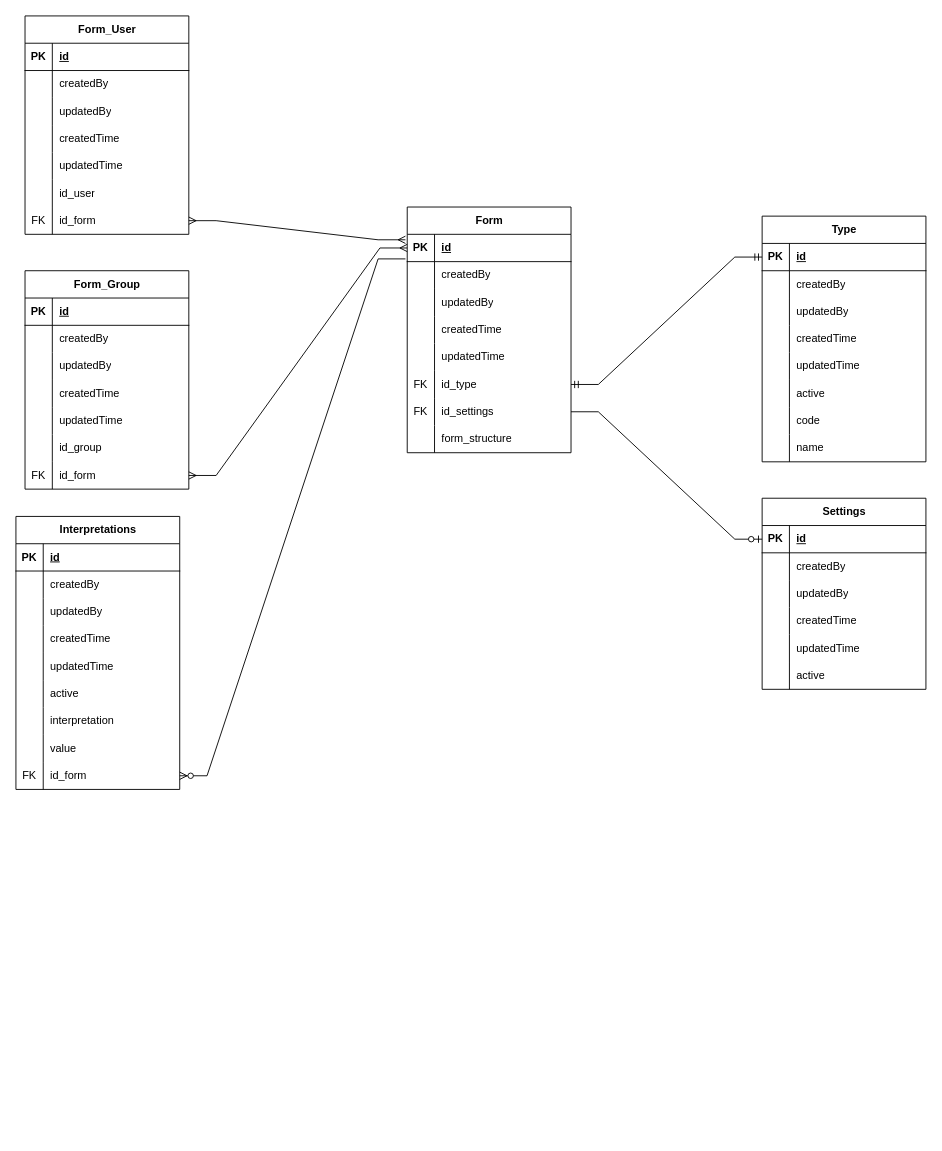
The draw.io diagram Forms.drawio in c1c4/Forms, before the edit. Source tidied: cells renumbered, new cells numbered last; positions are measured from the earlier drawing's top-left corner, leaving out a move shared by most shapes. Both pictures are drawn from the tidied source at 91%, with x=0, y=0 at pixel (15, -360).
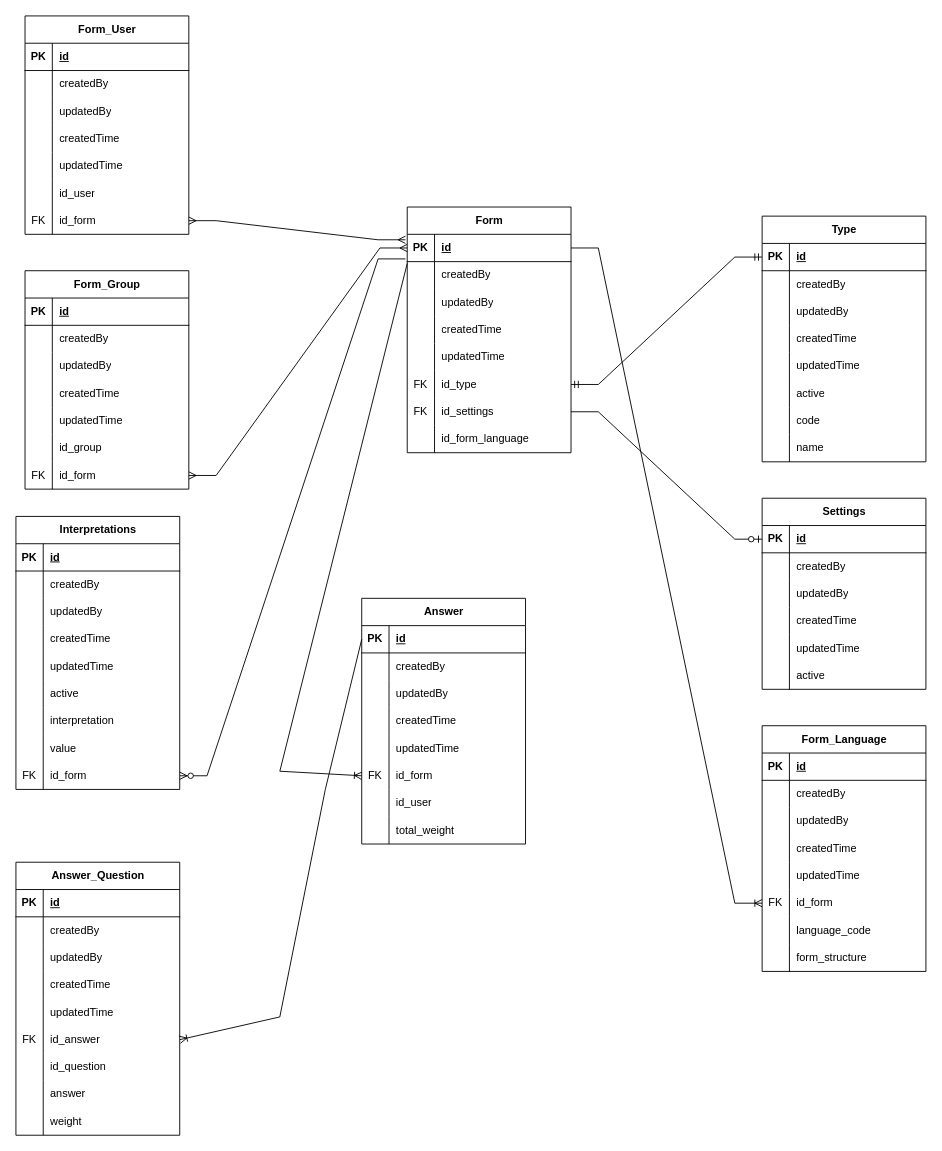
The same diagram, later.

The change refers to these unchanged cells:
```xml
<mxCell id="3" style="shape=tableRow;horizontal=0;startSize=0;swimlaneHead=0;swimlaneBody=0;fillColor=none;points=[[0,0.5],[1,0.5]];portConstraint=eastwest;top=0;left=0;right=0;bottom=1;" parent="2" vertex="1">
  <mxGeometry y="30" width="180" height="30" as="geometry" />
</mxCell>
<mxCell id="24" style="shape=tableRow;horizontal=0;startSize=0;swimlaneHead=0;swimlaneBody=0;fillColor=none;top=0;left=0;right=0;bottom=0;" parent="2" vertex="1">
  <mxGeometry y="240" width="180" height="30" as="geometry" />
</mxCell>
```

Diff of the diagram source:
```diff
@@
-    <mxCell id="26" value="form_structure" style="shape=partialRectangle;fillColor=none;top=0;left=0;bottom=0;right=0;align=left;spacingLeft=6;overflow=hidden;whiteSpace=wrap;html=1;" parent="24" vertex="1">
+    <mxCell id="26" value="id_form_language" style="shape=partialRectangle;fillColor=none;top=0;left=0;bottom=0;right=0;align=left;spacingLeft=6;overflow=hidden;whiteSpace=wrap;html=1;" parent="24" vertex="1">
       <mxGeometry x="30" width="150" height="30" as="geometry" />
     </mxCell>
@@
+    <mxCell id="148" value="Answer" style="shape=table;startSize=30;childLayout=tableLayout;rowLines=0;fontStyle=1;align=center;html=1;" parent="1" vertex="1">
+      <mxGeometry x="380" y="1053" width="180" height="270" as="geometry" />
+    </mxCell>
+    <mxCell id="149" style="shape=tableRow;horizontal=0;startSize=0;swimlaneHead=0;swimlaneBody=0;fillColor=none;points=[[0,0.5],[1,0.5]];portConstraint=eastwest;top=0;left=0;right=0;bottom=1;" parent="148" vertex="1">
+      <mxGeometry y="30" width="180" height="30" as="geometry" />
+    </mxCell>
+    <mxCell id="150" value="PK" style="shape=partialRectangle;fillColor=none;top=0;left=0;bottom=0;right=0;fontStyle=1;overflow=hidden;whiteSpace=wrap;html=1;" parent="149" vertex="1">
+      <mxGeometry width="30" height="30" as="geometry" />
+    </mxCell>
+    <mxCell id="151" value="id" style="shape=partialRectangle;fillColor=none;top=0;left=0;bottom=0;right=0;align=left;spacingLeft=6;fontStyle=5;overflow=hidden;whiteSpace=wrap;html=1;" parent="149" vertex="1">
+      <mxGeometry x="30" width="150" height="30" as="geometry" />
+    </mxCell>
+    <mxCell id="152" style="shape=tableRow;horizontal=0;startSize=0;swimlaneHead=0;swimlaneBody=0;fillColor=none;top=0;left=0;right=0;bottom=0;" parent="148" vertex="1">
+      <mxGeometry y="60" width="180" height="30" as="geometry" />
+    </mxCell>
+    <mxCell id="153" style="shape=partialRectangle;fillColor=none;top=0;left=0;bottom=0;right=0;overflow=hidden;whiteSpace=wrap;html=1;" parent="152" vertex="1">
+      <mxGeometry width="30" height="30" as="geometry" />
+    </mxCell>
+    <mxCell id="154" value="createdBy" style="shape=partialRectangle;fillColor=none;top=0;left=0;bottom=0;right=0;align=left;spacingLeft=6;overflow=hidden;whiteSpace=wrap;html=1;" parent="152" vertex="1">
+      <mxGeometry x="30" width="150" height="30" as="geometry" />
+    </mxCell>
+    <mxCell id="155" style="shape=tableRow;horizontal=0;startSize=0;swimlaneHead=0;swimlaneBody=0;fillColor=none;top=0;left=0;right=0;bottom=0;" parent="148" vertex="1">
+      <mxGeometry y="90" width="180" height="30" as="geometry" />
+    </mxCell>
+    <mxCell id="156" style="shape=partialRectangle;fillColor=none;top=0;left=0;bottom=0;right=0;overflow=hidden;whiteSpace=wrap;html=1;" parent="155" vertex="1">
+      <mxGeometry width="30" height="30" as="geometry" />
+    </mxCell>
+    <mxCell id="157" value="updatedBy" style="shape=partialRectangle;fillColor=none;top=0;left=0;bottom=0;right=0;align=left;spacingLeft=6;overflow=hidden;whiteSpace=wrap;html=1;" parent="155" vertex="1">
+      <mxGeometry x="30" width="150" height="30" as="geometry" />
+    </mxCell>
+    <mxCell id="158" style="shape=tableRow;horizontal=0;startSize=0;swimlaneHead=0;swimlaneBody=0;fillColor=none;top=0;left=0;right=0;bottom=0;" parent="148" vertex="1">
+      <mxGeometry y="120" width="180" height="30" as="geometry" />
+    </mxCell>
+    <mxCell id="159" style="shape=partialRectangle;fillColor=none;top=0;left=0;bottom=0;right=0;overflow=hidden;whiteSpace=wrap;html=1;" parent="158" vertex="1">
+      <mxGeometry width="30" height="30" as="geometry" />
+    </mxCell>
+    <mxCell id="160" value="createdTime" style="shape=partialRectangle;fillColor=none;top=0;left=0;bottom=0;right=0;align=left;spacingLeft=6;overflow=hidden;whiteSpace=wrap;html=1;" parent="158" vertex="1">
+      <mxGeometry x="30" width="150" height="30" as="geometry" />
+    </mxCell>
+    <mxCell id="161" style="shape=tableRow;horizontal=0;startSize=0;swimlaneHead=0;swimlaneBody=0;fillColor=none;top=0;left=0;right=0;bottom=0;" parent="148" vertex="1">
+      <mxGeometry y="150" width="180" height="30" as="geometry" />
+    </mxCell>
+    <mxCell id="162" style="shape=partialRectangle;fillColor=none;top=0;left=0;bottom=0;right=0;overflow=hidden;whiteSpace=wrap;html=1;" parent="161" vertex="1">
+      <mxGeometry width="30" height="30" as="geometry" />
+    </mxCell>
+    <mxCell id="163" value="updatedTime" style="shape=partialRectangle;fillColor=none;top=0;left=0;bottom=0;right=0;align=left;spacingLeft=6;overflow=hidden;whiteSpace=wrap;html=1;" parent="161" vertex="1">
+      <mxGeometry x="30" width="150" height="30" as="geometry" />
+    </mxCell>
+    <mxCell id="164" style="shape=tableRow;horizontal=0;startSize=0;swimlaneHead=0;swimlaneBody=0;fillColor=none;points=[[0,0.5],[1,0.5]];portConstraint=eastwest;top=0;left=0;right=0;bottom=0;" parent="148" vertex="1">
+      <mxGeometry y="180" width="180" height="30" as="geometry" />
+    </mxCell>
+    <mxCell id="165" value="FK" style="shape=partialRectangle;fillColor=none;top=0;left=0;bottom=0;right=0;overflow=hidden;whiteSpace=wrap;html=1;" parent="164" vertex="1">
+      <mxGeometry width="30" height="30" as="geometry" />
+    </mxCell>
+    <mxCell id="166" value="id_form" style="shape=partialRectangle;fillColor=none;top=0;left=0;bottom=0;right=0;align=left;spacingLeft=6;overflow=hidden;whiteSpace=wrap;html=1;" parent="164" vertex="1">
+      <mxGeometry x="30" width="150" height="30" as="geometry" />
+    </mxCell>
+    <mxCell id="167" style="shape=tableRow;horizontal=0;startSize=0;swimlaneHead=0;swimlaneBody=0;fillColor=none;top=0;left=0;right=0;bottom=0;" parent="148" vertex="1">
+      <mxGeometry y="210" width="180" height="30" as="geometry" />
+    </mxCell>
+    <mxCell id="168" style="shape=partialRectangle;fillColor=none;top=0;left=0;bottom=0;right=0;overflow=hidden;whiteSpace=wrap;html=1;" parent="167" vertex="1">
+      <mxGeometry width="30" height="30" as="geometry" />
+    </mxCell>
+    <mxCell id="169" value="id_user" style="shape=partialRectangle;fillColor=none;top=0;left=0;bottom=0;right=0;align=left;spacingLeft=6;overflow=hidden;whiteSpace=wrap;html=1;" parent="167" vertex="1">
+      <mxGeometry x="30" width="150" height="30" as="geometry" />
+    </mxCell>
+    <mxCell id="170" style="shape=tableRow;horizontal=0;startSize=0;swimlaneHead=0;swimlaneBody=0;fillColor=none;top=0;left=0;right=0;bottom=0;" parent="148" vertex="1">
+      <mxGeometry y="240" width="180" height="30" as="geometry" />
+    </mxCell>
+    <mxCell id="171" style="shape=partialRectangle;fillColor=none;top=0;left=0;bottom=0;right=0;overflow=hidden;whiteSpace=wrap;html=1;" parent="170" vertex="1">
+      <mxGeometry width="30" height="30" as="geometry" />
+    </mxCell>
+    <mxCell id="172" value="total_weight" style="shape=partialRectangle;fillColor=none;top=0;left=0;bottom=0;right=0;align=left;spacingLeft=6;overflow=hidden;whiteSpace=wrap;html=1;" parent="170" vertex="1">
+      <mxGeometry x="30" width="150" height="30" as="geometry" />
+    </mxCell>
+    <mxCell id="173" value="Answer_Question" style="shape=table;startSize=30;childLayout=tableLayout;rowLines=0;fontStyle=1;align=center;html=1;" parent="1" vertex="1">
+      <mxGeometry y="1343" width="180" height="300" as="geometry" />
+    </mxCell>
+    <mxCell id="174" style="shape=tableRow;horizontal=0;startSize=0;swimlaneHead=0;swimlaneBody=0;fillColor=none;top=0;left=0;right=0;bottom=1;" parent="173" vertex="1">
+      <mxGeometry y="30" width="180" height="30" as="geometry" />
+    </mxCell>
+    <mxCell id="175" value="PK" style="shape=partialRectangle;fillColor=none;top=0;left=0;bottom=0;right=0;fontStyle=1;overflow=hidden;whiteSpace=wrap;html=1;" parent="174" vertex="1">
+      <mxGeometry width="30" height="30" as="geometry" />
+    </mxCell>
+    <mxCell id="176" value="id" style="shape=partialRectangle;fillColor=none;top=0;left=0;bottom=0;right=0;align=left;spacingLeft=6;fontStyle=5;overflow=hidden;whiteSpace=wrap;html=1;" parent="174" vertex="1">
+      <mxGeometry x="30" width="150" height="30" as="geometry" />
+    </mxCell>
+    <mxCell id="177" style="shape=tableRow;horizontal=0;startSize=0;swimlaneHead=0;swimlaneBody=0;fillColor=none;top=0;left=0;right=0;bottom=0;" parent="173" vertex="1">
+      <mxGeometry y="60" width="180" height="30" as="geometry" />
+    </mxCell>
+    <mxCell id="178" style="shape=partialRectangle;fillColor=none;top=0;left=0;bottom=0;right=0;overflow=hidden;whiteSpace=wrap;html=1;" parent="177" vertex="1">
+      <mxGeometry width="30" height="30" as="geometry" />
+    </mxCell>
+    <mxCell id="179" value="createdBy" style="shape=partialRectangle;fillColor=none;top=0;left=0;bottom=0;right=0;align=left;spacingLeft=6;overflow=hidden;whiteSpace=wrap;html=1;" parent="177" vertex="1">
+      <mxGeometry x="30" width="150" height="30" as="geometry" />
+    </mxCell>
+    <mxCell id="180" style="shape=tableRow;horizontal=0;startSize=0;swimlaneHead=0;swimlaneBody=0;fillColor=none;top=0;left=0;right=0;bottom=0;" parent="173" vertex="1">
+      <mxGeometry y="90" width="180" height="30" as="geometry" />
+    </mxCell>
+    <mxCell id="181" style="shape=partialRectangle;fillColor=none;top=0;left=0;bottom=0;right=0;overflow=hidden;whiteSpace=wrap;html=1;" parent="180" vertex="1">
+      <mxGeometry width="30" height="30" as="geometry" />
+    </mxCell>
+    <mxCell id="182" value="updatedBy" style="shape=partialRectangle;fillColor=none;top=0;left=0;bottom=0;right=0;align=left;spacingLeft=6;overflow=hidden;whiteSpace=wrap;html=1;" parent="180" vertex="1">
+      <mxGeometry x="30" width="150" height="30" as="geometry" />
+    </mxCell>
+    <mxCell id="183" style="shape=tableRow;horizontal=0;startSize=0;swimlaneHead=0;swimlaneBody=0;fillColor=none;top=0;left=0;right=0;bottom=0;" parent="173" vertex="1">
+      <mxGeometry y="120" width="180" height="30" as="geometry" />
+    </mxCell>
+    <mxCell id="184" style="shape=partialRectangle;fillColor=none;top=0;left=0;bottom=0;right=0;overflow=hidden;whiteSpace=wrap;html=1;" parent="183" vertex="1">
+      <mxGeometry width="30" height="30" as="geometry" />
+    </mxCell>
+    <mxCell id="185" value="createdTime" style="shape=partialRectangle;fillColor=none;top=0;left=0;bottom=0;right=0;align=left;spacingLeft=6;overflow=hidden;whiteSpace=wrap;html=1;" parent="183" vertex="1">
+      <mxGeometry x="30" width="150" height="30" as="geometry" />
+    </mxCell>
+    <mxCell id="186" style="shape=tableRow;horizontal=0;startSize=0;swimlaneHead=0;swimlaneBody=0;fillColor=none;top=0;left=0;right=0;bottom=0;" parent="173" vertex="1">
+      <mxGeometry y="150" width="180" height="30" as="geometry" />
+    </mxCell>
+    <mxCell id="187" style="shape=partialRectangle;fillColor=none;top=0;left=0;bottom=0;right=0;overflow=hidden;whiteSpace=wrap;html=1;" parent="186" vertex="1">
+      <mxGeometry width="30" height="30" as="geometry" />
+    </mxCell>
+    <mxCell id="188" value="updatedTime" style="shape=partialRectangle;fillColor=none;top=0;left=0;bottom=0;right=0;align=left;spacingLeft=6;overflow=hidden;whiteSpace=wrap;html=1;" parent="186" vertex="1">
+      <mxGeometry x="30" width="150" height="30" as="geometry" />
+    </mxCell>
+    <mxCell id="189" style="shape=tableRow;horizontal=0;startSize=0;swimlaneHead=0;swimlaneBody=0;fillColor=none;points=[[0,0.5],[1,0.5]];portConstraint=eastwest;top=0;left=0;right=0;bottom=0;" parent="173" vertex="1">
+      <mxGeometry y="180" width="180" height="30" as="geometry" />
+    </mxCell>
+    <mxCell id="190" value="FK" style="shape=partialRectangle;fillColor=none;top=0;left=0;bottom=0;right=0;overflow=hidden;whiteSpace=wrap;html=1;" parent="189" vertex="1">
+      <mxGeometry width="30" height="30" as="geometry" />
+    </mxCell>
+    <mxCell id="191" value="id_answer" style="shape=partialRectangle;fillColor=none;top=0;left=0;bottom=0;right=0;align=left;spacingLeft=6;overflow=hidden;whiteSpace=wrap;html=1;" parent="189" vertex="1">
+      <mxGeometry x="30" width="150" height="30" as="geometry" />
+    </mxCell>
+    <mxCell id="192" style="shape=tableRow;horizontal=0;startSize=0;swimlaneHead=0;swimlaneBody=0;fillColor=none;top=0;left=0;right=0;bottom=0;" parent="173" vertex="1">
+      <mxGeometry y="210" width="180" height="30" as="geometry" />
+    </mxCell>
+    <mxCell id="193" style="shape=partialRectangle;fillColor=none;top=0;left=0;bottom=0;right=0;overflow=hidden;whiteSpace=wrap;html=1;" parent="192" vertex="1">
+      <mxGeometry width="30" height="30" as="geometry" />
+    </mxCell>
+    <mxCell id="194" value="id_question" style="shape=partialRectangle;fillColor=none;top=0;left=0;bottom=0;right=0;align=left;spacingLeft=6;overflow=hidden;whiteSpace=wrap;html=1;" parent="192" vertex="1">
+      <mxGeometry x="30" width="150" height="30" as="geometry" />
+    </mxCell>
+    <mxCell id="195" style="shape=tableRow;horizontal=0;startSize=0;swimlaneHead=0;swimlaneBody=0;fillColor=none;top=0;left=0;right=0;bottom=0;" parent="173" vertex="1">
+      <mxGeometry y="240" width="180" height="30" as="geometry" />
+    </mxCell>
+    <mxCell id="196" style="shape=partialRectangle;fillColor=none;top=0;left=0;bottom=0;right=0;overflow=hidden;whiteSpace=wrap;html=1;" parent="195" vertex="1">
+      <mxGeometry width="30" height="30" as="geometry" />
+    </mxCell>
+    <mxCell id="197" value="answer" style="shape=partialRectangle;fillColor=none;top=0;left=0;bottom=0;right=0;align=left;spacingLeft=6;overflow=hidden;whiteSpace=wrap;html=1;" parent="195" vertex="1">
+      <mxGeometry x="30" width="150" height="30" as="geometry" />
+    </mxCell>
+    <mxCell id="198" style="shape=tableRow;horizontal=0;startSize=0;swimlaneHead=0;swimlaneBody=0;fillColor=none;top=0;left=0;right=0;bottom=0;" parent="173" vertex="1">
+      <mxGeometry y="270" width="180" height="30" as="geometry" />
+    </mxCell>
+    <mxCell id="199" style="shape=partialRectangle;fillColor=none;top=0;left=0;bottom=0;right=0;overflow=hidden;whiteSpace=wrap;html=1;" parent="198" vertex="1">
+      <mxGeometry width="30" height="30" as="geometry" />
+    </mxCell>
+    <mxCell id="200" value="weight" style="shape=partialRectangle;fillColor=none;top=0;left=0;bottom=0;right=0;align=left;spacingLeft=6;overflow=hidden;whiteSpace=wrap;html=1;" parent="198" vertex="1">
+      <mxGeometry x="30" width="150" height="30" as="geometry" />
+    </mxCell>
+    <mxCell id="201" value="Form_Language" style="shape=table;startSize=30;childLayout=tableLayout;rowLines=0;fontStyle=1;align=center;html=1;" parent="1" vertex="1">
+      <mxGeometry x="820" y="1193" width="180" height="270" as="geometry" />
+    </mxCell>
+    <mxCell id="202" style="shape=tableRow;horizontal=0;startSize=0;swimlaneHead=0;swimlaneBody=0;fillColor=none;top=0;left=0;right=0;bottom=1;" parent="201" vertex="1">
+      <mxGeometry y="30" width="180" height="30" as="geometry" />
+    </mxCell>
+    <mxCell id="203" value="PK" style="shape=partialRectangle;fillColor=none;top=0;left=0;bottom=0;right=0;fontStyle=1;overflow=hidden;whiteSpace=wrap;html=1;" parent="202" vertex="1">
+      <mxGeometry width="30" height="30" as="geometry" />
+    </mxCell>
+    <mxCell id="204" value="id" style="shape=partialRectangle;fillColor=none;top=0;left=0;bottom=0;right=0;align=left;spacingLeft=6;fontStyle=5;overflow=hidden;whiteSpace=wrap;html=1;" parent="202" vertex="1">
+      <mxGeometry x="30" width="150" height="30" as="geometry" />
+    </mxCell>
+    <mxCell id="205" style="shape=tableRow;horizontal=0;startSize=0;swimlaneHead=0;swimlaneBody=0;fillColor=none;top=0;left=0;right=0;bottom=0;" parent="201" vertex="1">
+      <mxGeometry y="60" width="180" height="30" as="geometry" />
+    </mxCell>
+    <mxCell id="206" style="shape=partialRectangle;fillColor=none;top=0;left=0;bottom=0;right=0;overflow=hidden;whiteSpace=wrap;html=1;" parent="205" vertex="1">
+      <mxGeometry width="30" height="30" as="geometry" />
+    </mxCell>
+    <mxCell id="207" value="createdBy" style="shape=partialRectangle;fillColor=none;top=0;left=0;bottom=0;right=0;align=left;spacingLeft=6;overflow=hidden;whiteSpace=wrap;html=1;" parent="205" vertex="1">
+      <mxGeometry x="30" width="150" height="30" as="geometry" />
+    </mxCell>
+    <mxCell id="208" style="shape=tableRow;horizontal=0;startSize=0;swimlaneHead=0;swimlaneBody=0;fillColor=none;top=0;left=0;right=0;bottom=0;" parent="201" vertex="1">
+      <mxGeometry y="90" width="180" height="30" as="geometry" />
+    </mxCell>
+    <mxCell id="209" style="shape=partialRectangle;fillColor=none;top=0;left=0;bottom=0;right=0;overflow=hidden;whiteSpace=wrap;html=1;" parent="208" vertex="1">
+      <mxGeometry width="30" height="30" as="geometry" />
+    </mxCell>
+    <mxCell id="210" value="updatedBy" style="shape=partialRectangle;fillColor=none;top=0;left=0;bottom=0;right=0;align=left;spacingLeft=6;overflow=hidden;whiteSpace=wrap;html=1;" parent="208" vertex="1">
+      <mxGeometry x="30" width="150" height="30" as="geometry" />
+    </mxCell>
+    <mxCell id="211" style="shape=tableRow;horizontal=0;startSize=0;swimlaneHead=0;swimlaneBody=0;fillColor=none;top=0;left=0;right=0;bottom=0;" parent="201" vertex="1">
+      <mxGeometry y="120" width="180" height="30" as="geometry" />
+    </mxCell>
+    <mxCell id="212" style="shape=partialRectangle;fillColor=none;top=0;left=0;bottom=0;right=0;overflow=hidden;whiteSpace=wrap;html=1;" parent="211" vertex="1">
+      <mxGeometry width="30" height="30" as="geometry" />
+    </mxCell>
+    <mxCell id="213" value="createdTime" style="shape=partialRectangle;fillColor=none;top=0;left=0;bottom=0;right=0;align=left;spacingLeft=6;overflow=hidden;whiteSpace=wrap;html=1;" parent="211" vertex="1">
+      <mxGeometry x="30" width="150" height="30" as="geometry" />
+    </mxCell>
+    <mxCell id="214" style="shape=tableRow;horizontal=0;startSize=0;swimlaneHead=0;swimlaneBody=0;fillColor=none;top=0;left=0;right=0;bottom=0;" parent="201" vertex="1">
+      <mxGeometry y="150" width="180" height="30" as="geometry" />
+    </mxCell>
+    <mxCell id="215" style="shape=partialRectangle;fillColor=none;top=0;left=0;bottom=0;right=0;overflow=hidden;whiteSpace=wrap;html=1;" parent="214" vertex="1">
+      <mxGeometry width="30" height="30" as="geometry" />
+    </mxCell>
+    <mxCell id="216" value="updatedTime" style="shape=partialRectangle;fillColor=none;top=0;left=0;bottom=0;right=0;align=left;spacingLeft=6;overflow=hidden;whiteSpace=wrap;html=1;" parent="214" vertex="1">
+      <mxGeometry x="30" width="150" height="30" as="geometry" />
+    </mxCell>
+    <mxCell id="217" style="shape=tableRow;horizontal=0;startSize=0;swimlaneHead=0;swimlaneBody=0;fillColor=none;points=[[0,0.5],[1,0.5]];portConstraint=eastwest;top=0;left=0;right=0;bottom=0;" parent="201" vertex="1">
+      <mxGeometry y="180" width="180" height="30" as="geometry" />
+    </mxCell>
+    <mxCell id="218" value="FK" style="shape=partialRectangle;fillColor=none;top=0;left=0;bottom=0;right=0;overflow=hidden;whiteSpace=wrap;html=1;" parent="217" vertex="1">
+      <mxGeometry width="30" height="30" as="geometry" />
+    </mxCell>
+    <mxCell id="219" value="id_form" style="shape=partialRectangle;fillColor=none;top=0;left=0;bottom=0;right=0;align=left;spacingLeft=6;overflow=hidden;whiteSpace=wrap;html=1;" parent="217" vertex="1">
+      <mxGeometry x="30" width="150" height="30" as="geometry" />
+    </mxCell>
+    <mxCell id="220" style="shape=tableRow;horizontal=0;startSize=0;swimlaneHead=0;swimlaneBody=0;fillColor=none;top=0;left=0;right=0;bottom=0;" parent="201" vertex="1">
+      <mxGeometry y="210" width="180" height="30" as="geometry" />
+    </mxCell>
+    <mxCell id="221" style="shape=partialRectangle;fillColor=none;top=0;left=0;bottom=0;right=0;overflow=hidden;whiteSpace=wrap;html=1;" parent="220" vertex="1">
+      <mxGeometry width="30" height="30" as="geometry" />
+    </mxCell>
+    <mxCell id="222" value="language_code" style="shape=partialRectangle;fillColor=none;top=0;left=0;bottom=0;right=0;align=left;spacingLeft=6;overflow=hidden;whiteSpace=wrap;html=1;" parent="220" vertex="1">
+      <mxGeometry x="30" width="150" height="30" as="geometry" />
+    </mxCell>
+    <mxCell id="223" style="shape=tableRow;horizontal=0;startSize=0;swimlaneHead=0;swimlaneBody=0;fillColor=none;top=0;left=0;right=0;bottom=0;" parent="201" vertex="1">
+      <mxGeometry y="240" width="180" height="30" as="geometry" />
+    </mxCell>
+    <mxCell id="224" style="shape=partialRectangle;fillColor=none;top=0;left=0;bottom=0;right=0;overflow=hidden;whiteSpace=wrap;html=1;" parent="223" vertex="1">
+      <mxGeometry width="30" height="30" as="geometry" />
+    </mxCell>
+    <mxCell id="225" value="form_structure" style="shape=partialRectangle;fillColor=none;top=0;left=0;bottom=0;right=0;align=left;spacingLeft=6;overflow=hidden;whiteSpace=wrap;html=1;" parent="223" vertex="1">
+      <mxGeometry x="30" width="150" height="30" as="geometry" />
+    </mxCell>
+    <mxCell id="226" style="edgeStyle=entityRelationEdgeStyle;fontSize=12;html=1;endArrow=ERoneToMany;rounded=0;exitX=1;exitY=0.5;exitDx=0;exitDy=0;entryX=0;entryY=0.5;entryDx=0;entryDy=0;" parent="1" edge="1" source="3" target="217">
+      <mxGeometry relative="1" as="geometry" />
+    </mxCell>
+    <mxCell id="227" style="fontSize=12;html=1;endArrow=none;rounded=0;startArrow=ERoneToMany;startFill=0;endFill=0;entryX=-0.019;entryY=1.067;entryDx=0;entryDy=0;entryPerimeter=0;anchorPointDirection=1;arcSize=20;sourcePortConstraint=none;exitX=0;exitY=0.5;exitDx=0;exitDy=0;" parent="1" edge="1" source="164">
+      <mxGeometry relative="1" as="geometry">
+        <mxPoint x="430" y="685" as="targetPoint" />
+        <Array as="points">
+          <mxPoint x="290" y="1243" />
+        </Array>
+      </mxGeometry>
+    </mxCell>
+    <mxCell id="228" style="fontSize=12;html=1;endArrow=none;rounded=0;startArrow=ERoneToMany;startFill=0;endFill=0;entryX=0;entryY=0.5;entryDx=0;entryDy=0;anchorPointDirection=1;arcSize=20;sourcePortConstraint=none;exitX=1;exitY=0.5;exitDx=0;exitDy=0;" parent="1" edge="1" source="189" target="149">
+      <mxGeometry relative="1" as="geometry">
+        <Array as="points">
+          <mxPoint x="290" y="1513" />
+          <mxPoint x="340" y="1263" />
+        </Array>
+      </mxGeometry>
+    </mxCell>
```
